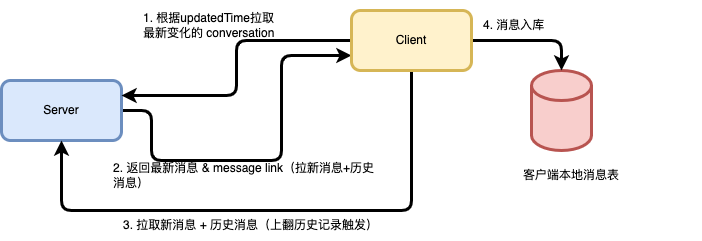
anriclee/diagramStorage keeps this draw.io diagram as loadNewMessages-img.drawio.png. Above is the earlier version. Source tidied: cells renumbered, new cells last; positions are measured from the earlier drawing's top-left corner, leaving out a move shared by most shapes.
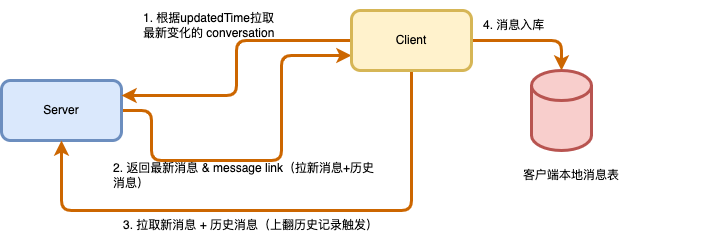
The same file after the commit.

Change to the diagram source:
```diff
@@ -5,7 +5,7 @@
     <mxCell id="2" style="shape=cylinder3;whiteSpace=wrap;html=1;boundedLbl=1;backgroundOutline=1;size=15;strokeWidth=3;fillColor=#f8cecc;strokeColor=#b85450;" parent="1" vertex="1">
       <mxGeometry x="530" y="70" width="60" height="80" as="geometry" />
     </mxCell>
-    <mxCell id="3" style="edgeStyle=orthogonalEdgeStyle;rounded=1;jettySize=auto;html=1;entryX=0;entryY=0.75;entryDx=0;entryDy=0;exitX=1;exitY=0.5;exitDx=0;exitDy=0;strokeWidth=3;" parent="1" edge="1" source="4" target="8">
+    <mxCell id="3" style="edgeStyle=orthogonalEdgeStyle;rounded=1;jettySize=auto;html=1;entryX=0;entryY=0.75;entryDx=0;entryDy=0;exitX=1;exitY=0.5;exitDx=0;exitDy=0;strokeWidth=3;strokeColor=#CC6600;" parent="1" edge="1" source="4" target="8">
       <mxGeometry relative="1" as="geometry">
         <Array as="points">
           <mxPoint x="150" y="110" />
@@ -18,10 +18,10 @@
     <mxCell id="4" value="Server" style="rounded=1;whiteSpace=wrap;html=1;strokeWidth=3;fillColor=#dae8fc;strokeColor=#6c8ebf;" parent="1" vertex="1">
       <mxGeometry y="80" width="120" height="60" as="geometry" />
     </mxCell>
-    <mxCell id="5" style="edgeStyle=orthogonalEdgeStyle;rounded=1;jettySize=auto;html=1;entryX=1;entryY=0.25;entryDx=0;entryDy=0;strokeWidth=3;" parent="1" edge="1" source="8" target="4">
+    <mxCell id="5" style="edgeStyle=orthogonalEdgeStyle;rounded=1;jettySize=auto;html=1;entryX=1;entryY=0.25;entryDx=0;entryDy=0;strokeWidth=3;strokeColor=#CC6600;" parent="1" edge="1" source="8" target="4">
       <mxGeometry relative="1" as="geometry" />
     </mxCell>
-    <mxCell id="6" style="edgeStyle=orthogonalEdgeStyle;rounded=1;jettySize=auto;html=1;entryX=0.5;entryY=1;entryDx=0;entryDy=0;strokeWidth=3;" parent="1" edge="1" source="8" target="4">
+    <mxCell id="6" style="edgeStyle=orthogonalEdgeStyle;rounded=1;jettySize=auto;html=1;entryX=0.5;entryY=1;entryDx=0;entryDy=0;strokeWidth=3;strokeColor=#CC6600;startSize=3;" parent="1" edge="1" source="8" target="4">
       <mxGeometry relative="1" as="geometry">
         <Array as="points">
           <mxPoint x="410" y="210" />
@@ -29,7 +29,7 @@
         </Array>
       </mxGeometry>
     </mxCell>
-    <mxCell id="7" style="edgeStyle=orthogonalEdgeStyle;rounded=1;jettySize=auto;html=1;entryX=0.5;entryY=0;entryDx=0;entryDy=0;entryPerimeter=0;strokeWidth=3;" parent="1" edge="1" source="8" target="2">
+    <mxCell id="7" style="edgeStyle=orthogonalEdgeStyle;rounded=1;jettySize=auto;html=1;entryX=0.5;entryY=0;entryDx=0;entryDy=0;entryPerimeter=0;strokeWidth=3;strokeColor=#CC6600;" parent="1" edge="1" source="8" target="2">
       <mxGeometry relative="1" as="geometry" />
     </mxCell>
     <mxCell id="8" value="Client" style="rounded=1;whiteSpace=wrap;html=1;strokeWidth=3;fillColor=#fff2cc;strokeColor=#d6b656;" parent="1" vertex="1">
```
